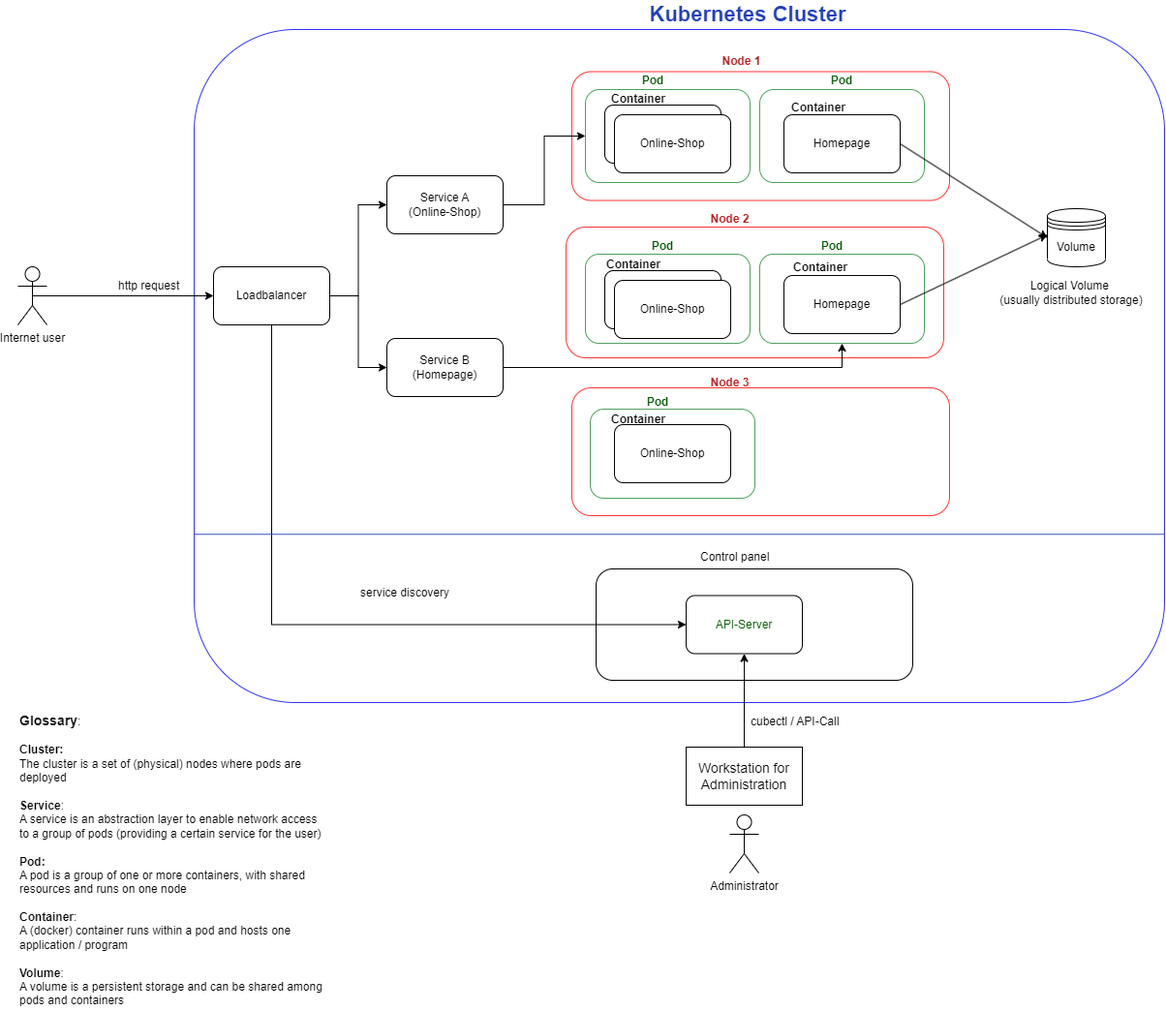
HoffmannTom/DevOps-with-Docker keeps this draw.io diagram as Part-3/3.11/kubernetes.png. Above is the earlier version. Source tidied: cells renumbered, new cells last; positions are measured from the earlier drawing's top-left corner, leaving out a move shared by most shapes. The source it was exported from:
```xml
<mxGraphModel>
  <root>
    <mxCell id="0" />
    <mxCell id="1" parent="0" />
    <mxCell id="2" style="rounded=1;whiteSpace=wrap;html=1;strokeColor=#4fa15d;fontColor=#bc2020;fillColor=none;" parent="1" vertex="1">
      <mxGeometry x="586" y="262" width="170" height="92" as="geometry" />
    </mxCell>
    <mxCell id="3" style="rounded=1;whiteSpace=wrap;html=1;strokeColor=#000000;fontColor=#000000;fillColor=none;" parent="1" vertex="1">
      <mxGeometry x="597" y="587" width="327" height="115" as="geometry" />
    </mxCell>
    <mxCell id="4" style="rounded=1;whiteSpace=wrap;html=1;fillColor=none;strokeColor=#3333FF;" parent="1" vertex="1">
      <mxGeometry x="182" y="30" width="1002" height="695" as="geometry" />
    </mxCell>
    <mxCell id="5" style="rounded=1;whiteSpace=wrap;html=1;strokeColor=#4fa15d;fontColor=#bc2020;fillColor=none;" parent="1" vertex="1">
      <mxGeometry x="766" y="262" width="170" height="92" as="geometry" />
    </mxCell>
    <mxCell id="6" style="rounded=1;whiteSpace=wrap;html=1;strokeColor=#4fa15d;fontColor=#bc2020;fillColor=none;" parent="1" vertex="1">
      <mxGeometry x="766" y="92" width="170" height="96" as="geometry" />
    </mxCell>
    <mxCell id="7" style="rounded=1;whiteSpace=wrap;html=1;strokeColor=#ff3333;fontColor=#bc2037;fillColor=none;" parent="1" vertex="1">
      <mxGeometry x="572" y="400" width="390" height="132" as="geometry" />
    </mxCell>
    <mxCell id="8" value="Volume" style="shape=datastore;whiteSpace=wrap;html=1;" parent="1" vertex="1">
      <mxGeometry x="1063" y="215" width="60" height="60" as="geometry" />
    </mxCell>
    <mxCell id="9" style="edgeStyle=orthogonalEdgeStyle;rounded=0;jettySize=auto;html=1;fontColor=#005900;entryX=0.5;entryY=1;entryDx=0;entryDy=0;startArrow=none;" parent="1" edge="1" source="40" target="31">
      <mxGeometry relative="1" as="geometry" />
    </mxCell>
    <mxCell id="10" style="edgeStyle=orthogonalEdgeStyle;rounded=0;jettySize=auto;html=1;exitX=0.5;exitY=0.5;exitDx=0;exitDy=0;exitPerimeter=0;fontSize=14;fontColor=#000000;" parent="1" edge="1" source="11" target="49">
      <mxGeometry relative="1" as="geometry" />
    </mxCell>
    <mxCell id="11" value="Internet user" style="shape=umlActor;verticalLabelPosition=bottom;verticalAlign=top;html=1;" parent="1" vertex="1">
      <mxGeometry y="275" width="30" height="60" as="geometry" />
    </mxCell>
    <mxCell id="12" value="Online-Shop" style="rounded=1;whiteSpace=wrap;html=1;" parent="1" vertex="1">
      <mxGeometry x="606" y="279" width="120" height="60" as="geometry" />
    </mxCell>
    <mxCell id="13" value="&lt;div style=&quot;&quot;&gt;&lt;span style=&quot;background-color: initial;&quot;&gt;&lt;b&gt;&lt;font style=&quot;font-size: 14px;&quot;&gt;Glossary&lt;/font&gt;&lt;/b&gt;:&lt;/span&gt;&lt;/div&gt;&lt;div style=&quot;&quot;&gt;&lt;span style=&quot;background-color: initial;&quot;&gt;&lt;br&gt;&lt;/span&gt;&lt;/div&gt;&lt;div style=&quot;border-color: var(--border-color);&quot;&gt;&lt;b style=&quot;border-color: var(--border-color);&quot;&gt;Cluster:&amp;nbsp;&lt;/b&gt;&lt;/div&gt;&lt;div style=&quot;&quot;&gt;&lt;span style=&quot;background-color: initial;&quot;&gt;The cluster is a set of (physical) nodes where pods are deployed&lt;/span&gt;&lt;/div&gt;&lt;div style=&quot;&quot;&gt;&lt;b&gt;&lt;br&gt;&lt;/b&gt;&lt;/div&gt;&lt;div style=&quot;border-color: var(--border-color);&quot;&gt;&lt;b style=&quot;border-color: var(--border-color);&quot;&gt;Service&lt;/b&gt;:&lt;/div&gt;&lt;div style=&quot;border-color: var(--border-color);&quot;&gt;A service is an abstraction layer to enable network access to a group of pods (providing a certain service for the user)&lt;/div&gt;&lt;div style=&quot;border-color: var(--border-color);&quot;&gt;&lt;br style=&quot;border-color: var(--border-color);&quot;&gt;&lt;/div&gt;&lt;div style=&quot;&quot;&gt;&lt;b&gt;Pod:&amp;nbsp;&lt;/b&gt;&lt;/div&gt;A pod is a group of one or more containers, with shared&amp;nbsp; resources and runs on one node&lt;div style=&quot;&quot;&gt;&lt;span style=&quot;background-color: initial;&quot;&gt;&amp;nbsp;&lt;/span&gt;&lt;/div&gt;&lt;div style=&quot;&quot;&gt;&lt;b style=&quot;background-color: initial;&quot;&gt;Container&lt;/b&gt;&lt;span style=&quot;background-color: initial;&quot;&gt;:&amp;nbsp;&lt;/span&gt;&lt;br&gt;&lt;/div&gt;&lt;div style=&quot;&quot;&gt;&lt;span style=&quot;background-color: initial;&quot;&gt;A (docker) container runs within a pod and hosts one application / program&amp;nbsp;&lt;/span&gt;&lt;/div&gt;&lt;div style=&quot;&quot;&gt;&lt;b style=&quot;background-color: initial;&quot;&gt;&lt;br&gt;&lt;/b&gt;&lt;/div&gt;&lt;div style=&quot;&quot;&gt;&lt;b style=&quot;background-color: initial;&quot;&gt;Volume&lt;/b&gt;&lt;span style=&quot;background-color: initial;&quot;&gt;:&lt;/span&gt;&lt;br&gt;&lt;/div&gt;&lt;div style=&quot;&quot;&gt;&lt;span style=&quot;background-color: initial;&quot;&gt;A volume is a persistent storage and can be shared among pods and containers&lt;/span&gt;&lt;/div&gt;" style="text;html=1;strokeColor=none;fillColor=none;align=left;verticalAlign=middle;whiteSpace=wrap;rounded=0;" parent="1" vertex="1">
      <mxGeometry y="732.5" width="317" height="310" as="geometry" />
    </mxCell>
    <mxCell id="14" value="Homepage" style="rounded=1;whiteSpace=wrap;html=1;" parent="1" vertex="1">
      <mxGeometry x="791" y="284" width="120" height="60" as="geometry" />
    </mxCell>
    <mxCell id="15" value="Homepage" style="rounded=1;whiteSpace=wrap;html=1;" parent="1" vertex="1">
      <mxGeometry x="791" y="118" width="120" height="60" as="geometry" />
    </mxCell>
    <mxCell id="16" value="Online-Shop" style="rounded=1;whiteSpace=wrap;html=1;" parent="1" vertex="1">
      <mxGeometry x="606" y="108" width="120" height="60" as="geometry" />
    </mxCell>
    <mxCell id="17" value="Kubernetes Cluster" style="text;html=1;strokeColor=none;fillColor=none;align=center;verticalAlign=middle;whiteSpace=wrap;rounded=0;fontColor=#203fbc;fontStyle=1;fontSize=22;" parent="1" vertex="1">
      <mxGeometry x="611" width="286" height="30" as="geometry" />
    </mxCell>
    <mxCell id="18" style="rounded=1;whiteSpace=wrap;html=1;strokeColor=#ff3333;fontColor=#bc2037;fillColor=none;" parent="1" vertex="1">
      <mxGeometry x="572" y="73.5" width="390" height="133" as="geometry" />
    </mxCell>
    <mxCell id="19" style="rounded=1;whiteSpace=wrap;html=1;strokeColor=#ff3333;fontColor=#bc2037;fillColor=none;" parent="1" vertex="1">
      <mxGeometry x="566" y="234" width="390" height="135" as="geometry" />
    </mxCell>
    <mxCell id="20" value="Node 1" style="text;html=1;strokeColor=none;fillColor=none;align=center;verticalAlign=middle;whiteSpace=wrap;rounded=0;fontColor=#bc2020;fontStyle=1;" parent="1" vertex="1">
      <mxGeometry x="692" y="48" width="111" height="30" as="geometry" />
    </mxCell>
    <mxCell id="21" value="Node 2" style="text;html=1;strokeColor=none;fillColor=none;align=center;verticalAlign=middle;whiteSpace=wrap;rounded=0;fontColor=#bc2020;fontStyle=1;" parent="1" vertex="1">
      <mxGeometry x="680" y="211" width="111" height="30" as="geometry" />
    </mxCell>
    <mxCell id="22" value="Node 3" style="text;html=1;strokeColor=none;fillColor=none;align=center;verticalAlign=middle;whiteSpace=wrap;rounded=0;fontColor=#bc2020;fontStyle=1;" parent="1" vertex="1">
      <mxGeometry x="680" y="380" width="111" height="30" as="geometry" />
    </mxCell>
    <mxCell id="23" value="Online-Shop" style="rounded=1;whiteSpace=wrap;html=1;" parent="1" vertex="1">
      <mxGeometry x="616" y="289" width="120" height="60" as="geometry" />
    </mxCell>
    <mxCell id="24" value="Online-Shop" style="rounded=1;whiteSpace=wrap;html=1;" parent="1" vertex="1">
      <mxGeometry x="616" y="118" width="120" height="60" as="geometry" />
    </mxCell>
    <mxCell id="25" style="rounded=1;whiteSpace=wrap;html=1;strokeColor=#4fa15d;fontColor=#bc2020;fillColor=none;" parent="1" vertex="1">
      <mxGeometry x="586" y="92" width="170" height="96" as="geometry" />
    </mxCell>
    <mxCell id="26" value="&lt;font color=&quot;#005900&quot;&gt;Pod&lt;/font&gt;" style="text;html=1;strokeColor=none;fillColor=none;align=center;verticalAlign=middle;whiteSpace=wrap;rounded=0;fontColor=#203fbc;fontStyle=1;" parent="1" vertex="1">
      <mxGeometry x="606" y="68" width="100" height="30" as="geometry" />
    </mxCell>
    <mxCell id="27" value="&lt;font color=&quot;#005900&quot;&gt;Pod&lt;/font&gt;" style="text;html=1;strokeColor=none;fillColor=none;align=center;verticalAlign=middle;whiteSpace=wrap;rounded=0;fontColor=#203fbc;fontStyle=1;" parent="1" vertex="1">
      <mxGeometry x="801" y="68" width="100" height="30" as="geometry" />
    </mxCell>
    <mxCell id="28" value="&lt;font color=&quot;#005900&quot;&gt;Pod&lt;/font&gt;" style="text;html=1;strokeColor=none;fillColor=none;align=center;verticalAlign=middle;whiteSpace=wrap;rounded=0;fontColor=#203fbc;fontStyle=1;" parent="1" vertex="1">
      <mxGeometry x="616" y="239" width="100" height="30" as="geometry" />
    </mxCell>
    <mxCell id="29" value="&lt;font color=&quot;#005900&quot;&gt;Pod&lt;/font&gt;" style="text;html=1;strokeColor=none;fillColor=none;align=center;verticalAlign=middle;whiteSpace=wrap;rounded=0;fontColor=#203fbc;fontStyle=1;" parent="1" vertex="1">
      <mxGeometry x="791" y="239" width="100" height="30" as="geometry" />
    </mxCell>
    <mxCell id="30" value="&lt;div style=&quot;&quot;&gt;cubectl / API-Call&lt;/div&gt;" style="text;html=1;strokeColor=none;fillColor=none;align=left;verticalAlign=middle;whiteSpace=wrap;rounded=0;" parent="1" vertex="1">
      <mxGeometry x="755" y="732.5" width="115" height="25" as="geometry" />
    </mxCell>
    <mxCell id="31" value="API-Server" style="rounded=1;whiteSpace=wrap;html=1;strokeColor=#000000;fontColor=#005900;fillColor=none;" parent="1" vertex="1">
      <mxGeometry x="690" y="614.5" width="120" height="60" as="geometry" />
    </mxCell>
    <mxCell id="32" value="&lt;div style=&quot;&quot;&gt;Control panel&lt;/div&gt;" style="text;html=1;strokeColor=none;fillColor=none;align=left;verticalAlign=middle;whiteSpace=wrap;rounded=0;" parent="1" vertex="1">
      <mxGeometry x="703" y="562" width="115" height="25" as="geometry" />
    </mxCell>
    <mxCell id="33" style="endArrow=classic;html=1;rounded=0;fontSize=14;fontColor=#000000;entryX=0;entryY=0.5;entryDx=0;entryDy=0;exitX=1;exitY=0.5;exitDx=0;exitDy=0;" parent="1" edge="1" source="15" target="8">
      <mxGeometry relative="1" as="geometry" />
    </mxCell>
    <mxCell id="34" style="endArrow=classic;html=1;rounded=0;fontSize=14;fontColor=#000000;exitX=1;exitY=0.5;exitDx=0;exitDy=0;" parent="1" edge="1" source="14">
      <mxGeometry relative="1" as="geometry">
        <mxPoint x="1063" y="242" as="targetPoint" />
      </mxGeometry>
    </mxCell>
    <mxCell id="35" value="&lt;font color=&quot;#000000&quot;&gt;Container&lt;/font&gt;" style="text;html=1;strokeColor=none;fillColor=none;align=center;verticalAlign=middle;whiteSpace=wrap;rounded=0;fontColor=#203fbc;fontStyle=1;" parent="1" vertex="1">
      <mxGeometry x="777" y="96" width="100" height="30" as="geometry" />
    </mxCell>
    <mxCell id="36" value="&lt;font color=&quot;#000000&quot;&gt;Container&lt;/font&gt;" style="text;html=1;strokeColor=none;fillColor=none;align=center;verticalAlign=middle;whiteSpace=wrap;rounded=0;fontColor=#203fbc;fontStyle=1;" parent="1" vertex="1">
      <mxGeometry x="779" y="261" width="100" height="30" as="geometry" />
    </mxCell>
    <mxCell id="37" value="&lt;font color=&quot;#000000&quot;&gt;Container&lt;/font&gt;" style="text;html=1;strokeColor=none;fillColor=none;align=center;verticalAlign=middle;whiteSpace=wrap;rounded=0;fontColor=#203fbc;fontStyle=1;" parent="1" vertex="1">
      <mxGeometry x="586" y="258" width="100" height="30" as="geometry" />
    </mxCell>
    <mxCell id="38" value="&lt;font color=&quot;#000000&quot;&gt;Container&lt;/font&gt;" style="text;html=1;strokeColor=none;fillColor=none;align=center;verticalAlign=middle;whiteSpace=wrap;rounded=0;fontColor=#203fbc;fontStyle=1;" parent="1" vertex="1">
      <mxGeometry x="591" y="87" width="100" height="30" as="geometry" />
    </mxCell>
    <mxCell id="39" value="&lt;div style=&quot;&quot;&gt;Logical Volume&amp;nbsp;&lt;/div&gt;&lt;div style=&quot;&quot;&gt;(usually distributed storage)&lt;/div&gt;" style="text;html=1;strokeColor=none;fillColor=none;align=center;verticalAlign=middle;whiteSpace=wrap;rounded=0;" parent="1" vertex="1">
      <mxGeometry x="1013" y="289" width="150" height="25" as="geometry" />
    </mxCell>
    <mxCell id="40" value="Workstation for Administration" style="rounded=0;whiteSpace=wrap;html=1;strokeColor=#000000;fontSize=14;fontColor=#000000;fillColor=none;" parent="1" vertex="1">
      <mxGeometry x="690" y="771" width="120" height="60" as="geometry" />
    </mxCell>
    <mxCell id="41" value="Administrator" style="shape=umlActor;verticalLabelPosition=bottom;verticalAlign=top;html=1;" parent="1" vertex="1">
      <mxGeometry x="735" y="841" width="30" height="60" as="geometry" />
    </mxCell>
    <mxCell id="42" style="rounded=1;whiteSpace=wrap;html=1;strokeColor=#4fa15d;fontColor=#bc2020;fillColor=none;" parent="1" vertex="1">
      <mxGeometry x="591" y="422" width="170" height="92" as="geometry" />
    </mxCell>
    <mxCell id="43" value="&lt;font color=&quot;#005900&quot;&gt;Pod&lt;/font&gt;" style="text;html=1;strokeColor=none;fillColor=none;align=center;verticalAlign=middle;whiteSpace=wrap;rounded=0;fontColor=#203fbc;fontStyle=1;" parent="1" vertex="1">
      <mxGeometry x="611" y="400" width="100" height="30" as="geometry" />
    </mxCell>
    <mxCell id="44" value="&lt;font color=&quot;#000000&quot;&gt;Container&lt;/font&gt;" style="text;html=1;strokeColor=none;fillColor=none;align=center;verticalAlign=middle;whiteSpace=wrap;rounded=0;fontColor=#203fbc;fontStyle=1;" parent="1" vertex="1">
      <mxGeometry x="591" y="418" width="100" height="30" as="geometry" />
    </mxCell>
    <mxCell id="45" value="Online-Shop" style="rounded=1;whiteSpace=wrap;html=1;" parent="1" vertex="1">
      <mxGeometry x="616" y="438" width="120" height="60" as="geometry" />
    </mxCell>
    <mxCell id="46" style="edgeStyle=orthogonalEdgeStyle;rounded=0;jettySize=auto;html=1;entryX=0;entryY=0.5;entryDx=0;entryDy=0;fontSize=14;fontColor=#000000;" parent="1" edge="1" source="49" target="53">
      <mxGeometry relative="1" as="geometry" />
    </mxCell>
    <mxCell id="47" style="edgeStyle=orthogonalEdgeStyle;rounded=0;jettySize=auto;html=1;exitX=1;exitY=0.5;exitDx=0;exitDy=0;entryX=0;entryY=0.5;entryDx=0;entryDy=0;fontSize=14;fontColor=#000000;" parent="1" edge="1" source="49" target="51">
      <mxGeometry relative="1" as="geometry" />
    </mxCell>
    <mxCell id="48" style="edgeStyle=orthogonalEdgeStyle;rounded=0;jettySize=auto;html=1;exitX=0.5;exitY=1;exitDx=0;exitDy=0;entryX=0;entryY=0.5;entryDx=0;entryDy=0;fontSize=14;fontColor=#000000;" parent="1" edge="1" source="49" target="31">
      <mxGeometry relative="1" as="geometry" />
    </mxCell>
    <mxCell id="49" value="Loadbalancer" style="rounded=1;whiteSpace=wrap;html=1;" parent="1" vertex="1">
      <mxGeometry x="202" y="275" width="120" height="60" as="geometry" />
    </mxCell>
    <mxCell id="50" style="edgeStyle=orthogonalEdgeStyle;rounded=0;jettySize=auto;html=1;fontSize=14;fontColor=#000000;entryX=0;entryY=0.5;entryDx=0;entryDy=0;" parent="1" edge="1" source="51" target="25">
      <mxGeometry relative="1" as="geometry" />
    </mxCell>
    <mxCell id="51" value="Service A&lt;br&gt;(Online-Shop)" style="rounded=1;whiteSpace=wrap;html=1;" parent="1" vertex="1">
      <mxGeometry x="381" y="181" width="120" height="60" as="geometry" />
    </mxCell>
    <mxCell id="52" style="edgeStyle=orthogonalEdgeStyle;rounded=0;jettySize=auto;html=1;entryX=0.5;entryY=1;entryDx=0;entryDy=0;fontSize=14;fontColor=#000000;" parent="1" edge="1" source="53" target="5">
      <mxGeometry relative="1" as="geometry" />
    </mxCell>
    <mxCell id="53" value="Service B&lt;br&gt;(Homepage)" style="rounded=1;whiteSpace=wrap;html=1;" parent="1" vertex="1">
      <mxGeometry x="381" y="349" width="120" height="60" as="geometry" />
    </mxCell>
    <mxCell id="54" value="&lt;div style=&quot;&quot;&gt;http request&lt;/div&gt;" style="text;html=1;strokeColor=none;fillColor=none;align=left;verticalAlign=middle;whiteSpace=wrap;rounded=0;" parent="1" vertex="1">
      <mxGeometry x="102" y="282" width="90" height="25" as="geometry" />
    </mxCell>
    <mxCell id="55" value="&lt;div style=&quot;&quot;&gt;service discovery&lt;/div&gt;" style="text;html=1;strokeColor=none;fillColor=none;align=left;verticalAlign=middle;whiteSpace=wrap;rounded=0;" parent="1" vertex="1">
      <mxGeometry x="352" y="599" width="150" height="25" as="geometry" />
    </mxCell>
    <mxCell id="56" style="endArrow=none;html=1;rounded=0;fontSize=22;fontColor=#000000;entryX=0;entryY=0.75;entryDx=0;entryDy=0;exitX=1;exitY=0.75;exitDx=0;exitDy=0;strokeColor=#3350c1;" parent="1" edge="1" source="4" target="4">
      <mxGeometry relative="1" as="geometry" />
    </mxCell>
  </root>
</mxGraphModel>
```
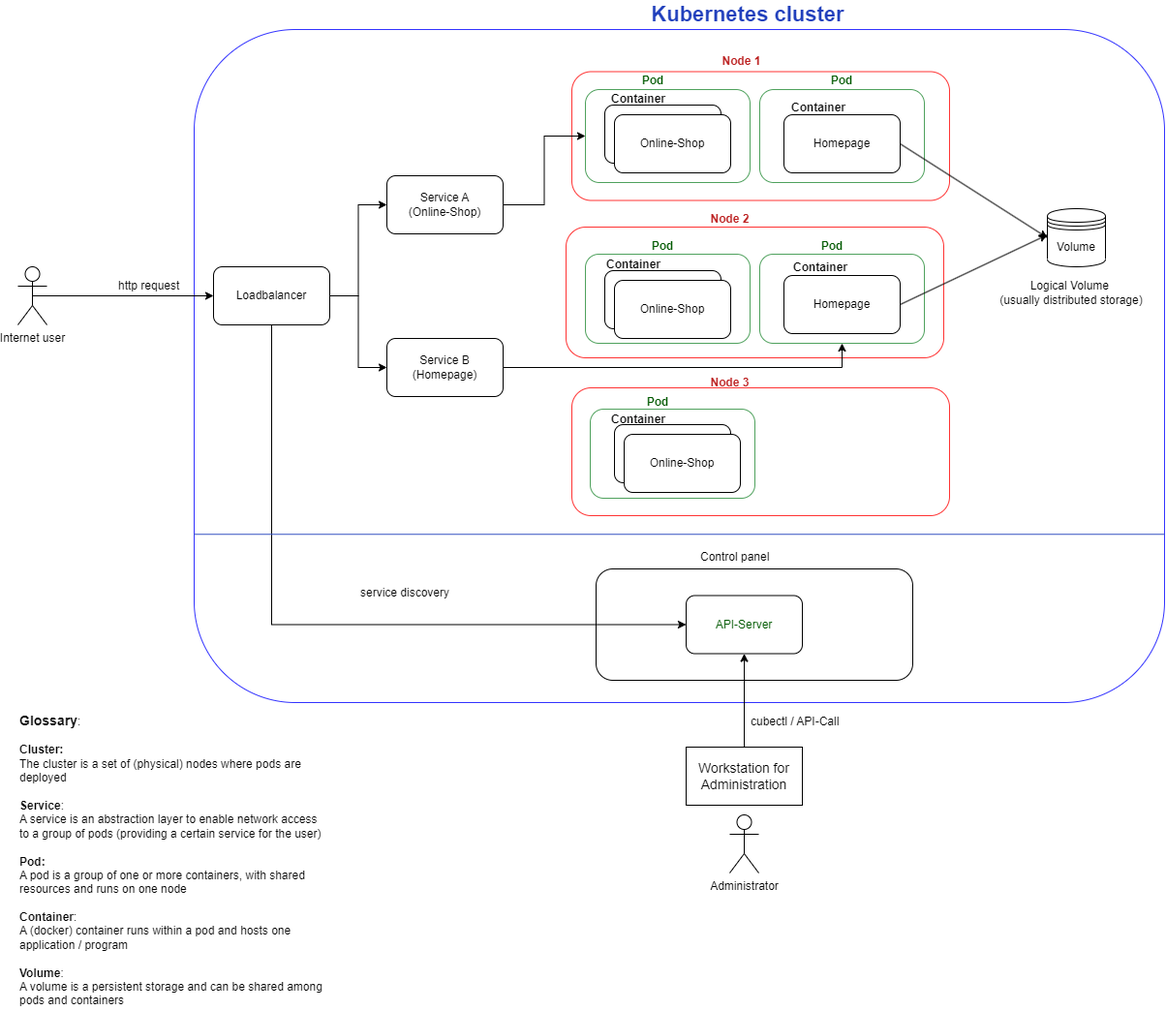
The same diagram one commit later.

What changed in the source:
```diff
@@ -47,7 +47,7 @@
     <mxCell id="16" value="Online-Shop" style="rounded=1;whiteSpace=wrap;html=1;" parent="1" vertex="1">
       <mxGeometry x="606" y="108" width="120" height="60" as="geometry" />
     </mxCell>
-    <mxCell id="17" value="Kubernetes Cluster" style="text;html=1;strokeColor=none;fillColor=none;align=center;verticalAlign=middle;whiteSpace=wrap;rounded=0;fontColor=#203fbc;fontStyle=1;fontSize=22;" parent="1" vertex="1">
+    <mxCell id="17" value="Kubernetes cluster" style="text;html=1;strokeColor=none;fillColor=none;align=center;verticalAlign=middle;whiteSpace=wrap;rounded=0;fontColor=#203fbc;fontStyle=1;fontSize=22;" parent="1" vertex="1">
       <mxGeometry x="611" width="286" height="30" as="geometry" />
     </mxCell>
     <mxCell id="18" style="rounded=1;whiteSpace=wrap;html=1;strokeColor=#ff3333;fontColor=#bc2037;fillColor=none;" parent="1" vertex="1">
@@ -169,5 +169,8 @@
     <mxCell id="56" style="endArrow=none;html=1;rounded=0;fontSize=22;fontColor=#000000;entryX=0;entryY=0.75;entryDx=0;entryDy=0;exitX=1;exitY=0.75;exitDx=0;exitDy=0;strokeColor=#3350c1;" parent="1" edge="1" source="4" target="4">
       <mxGeometry relative="1" as="geometry" />
     </mxCell>
+    <mxCell id="57" value="Online-Shop" style="rounded=1;whiteSpace=wrap;html=1;" parent="1" vertex="1">
+      <mxGeometry x="626" y="448" width="120" height="60" as="geometry" />
+    </mxCell>
   </root>
 </mxGraphModel>
```
